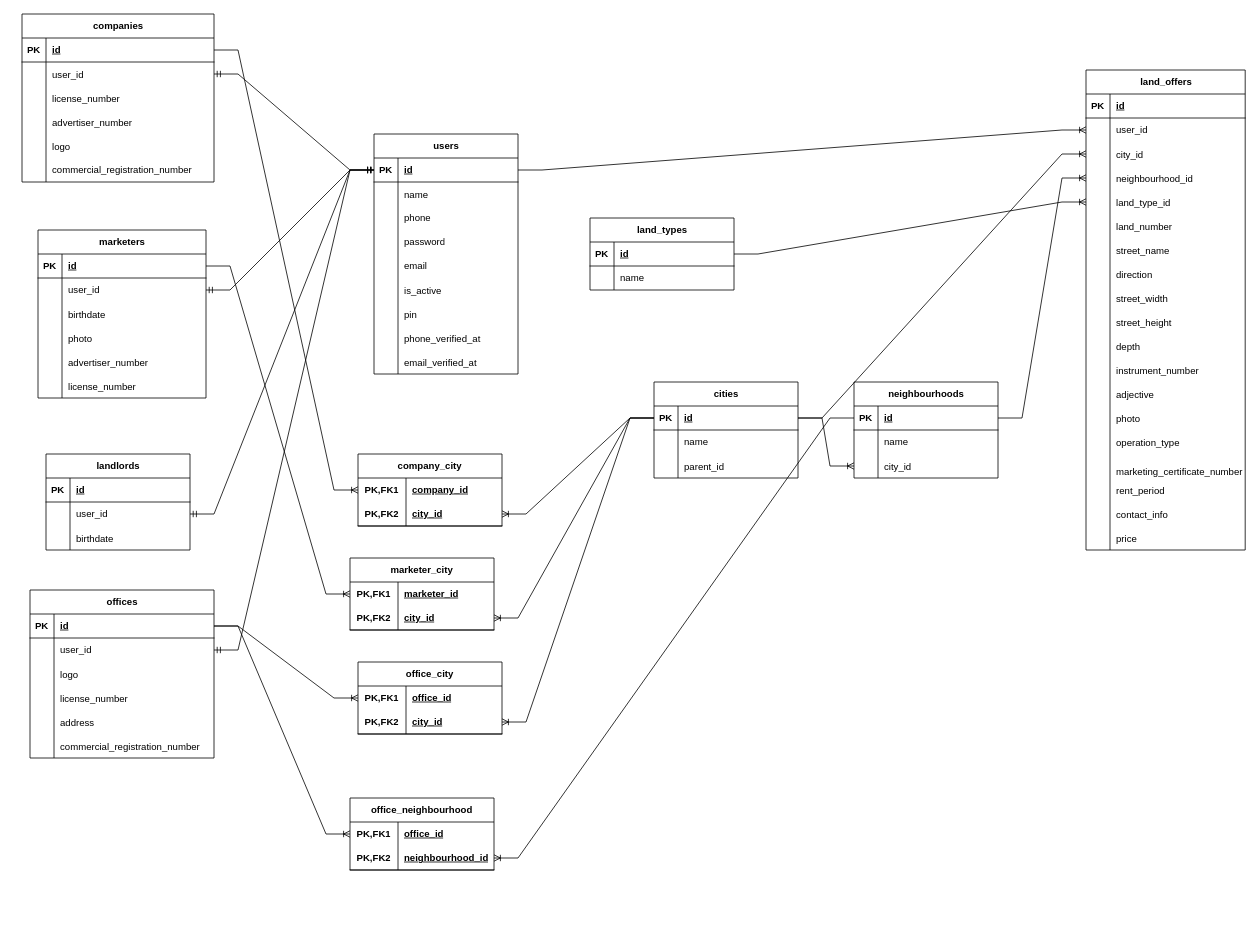
Before: estate.drawio in Mr-Monty999/jalal_estate, a draw.io diagram. Source tidied: cells renumbered, new cells numbered last; positions are measured from the earlier drawing's top-left corner, leaving out a move shared by most shapes. Both pictures are drawn from the tidied source at 80%, with x=0, y=0 at pixel (22, 14).
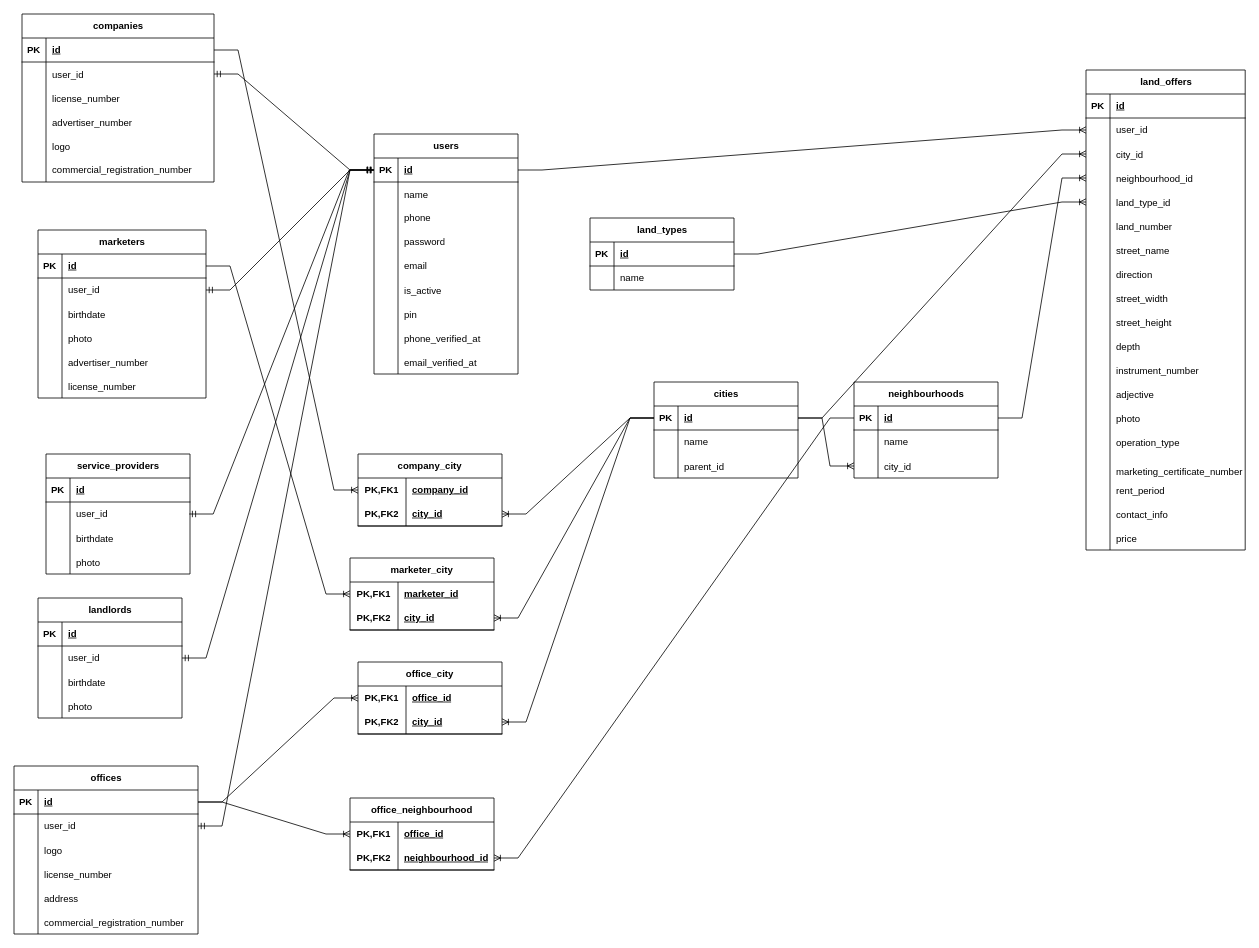
The same diagram, later.

Commit message (it also covers changes not shown here):
update dataase visual design

The change refers to these unchanged cells:
```xml
<mxCell id="3" style="shape=tableRow;horizontal=0;startSize=0;swimlaneHead=0;swimlaneBody=0;fillColor=none;points=[[0,0.5],[1,0.5]];portConstraint=eastwest;top=0;left=0;right=0;bottom=1;" parent="2" vertex="1">
  <mxGeometry y="30" width="180" height="30" as="geometry" />
</mxCell>
<mxCell id="74" style="shape=tableRow;horizontal=0;startSize=0;swimlaneHead=0;swimlaneBody=0;fillColor=none;points=[[0,0.5],[1,0.5]];portConstraint=eastwest;top=0;left=0;right=0;bottom=0;" parent="70" vertex="1">
  <mxGeometry y="60" width="180" height="30" as="geometry" />
</mxCell>
```

Change to the diagram source:
```diff
@@
-    <mxCell id="70" value="landlords" style="shape=table;startSize=30;childLayout=tableLayout;rowLines=0;fontStyle=1;align=center;html=1;" parent="1" vertex="1">
-      <mxGeometry x="30" y="550" width="180" height="120" as="geometry" />
+    <mxCell id="70" value="&lt;div&gt;service_providers&lt;/div&gt;" style="shape=table;startSize=30;childLayout=tableLayout;rowLines=0;fontStyle=1;align=center;html=1;" parent="1" vertex="1">
+      <mxGeometry x="30" y="550" width="180" height="150" as="geometry" />
     </mxCell>
@@
+    <mxCell id="227" style="shape=tableRow;horizontal=0;startSize=0;swimlaneHead=0;swimlaneBody=0;fillColor=none;top=0;left=0;right=0;bottom=0;" parent="70" vertex="1">
+      <mxGeometry y="120" width="180" height="30" as="geometry" />
+    </mxCell>
+    <mxCell id="228" style="shape=partialRectangle;fillColor=none;top=0;left=0;bottom=0;right=0;overflow=hidden;" parent="227" vertex="1">
+      <mxGeometry width="30" height="30" as="geometry" />
+    </mxCell>
+    <mxCell id="229" value="photo" style="shape=partialRectangle;fillColor=none;top=0;left=0;bottom=0;right=0;align=left;spacingLeft=6;overflow=hidden;" parent="227" vertex="1">
+      <mxGeometry x="30" width="150" height="30" as="geometry" />
+    </mxCell>
-    <mxCell id="80" style="edgeStyle=entityRelationEdgeStyle;fontSize=12;html=1;endArrow=ERmandOne;startArrow=ERmandOne;rounded=0;exitX=1;exitY=0.5;exitDx=0;exitDy=0;entryX=0;entryY=0.5;entryDx=0;entryDy=0;" parent="1" edge="1" source="74" target="3">
-      <mxGeometry relative="1" as="geometry" />
+    <mxCell id="80" style="edgeStyle=entityRelationEdgeStyle;fontSize=12;html=1;endArrow=ERmandOne;startArrow=ERmandOne;rounded=0;exitX=1;exitY=0.5;exitDx=0;exitDy=0;entryX=0;entryY=0.5;entryDx=0;entryDy=0;" parent="1" edge="1">
+      <mxGeometry relative="1" as="geometry">
+        <mxPoint x="209" y="625" as="sourcePoint" />
+        <mxPoint x="439" y="195" as="targetPoint" />
+      </mxGeometry>
     </mxCell>
     <mxCell id="81" value="offices" style="shape=table;startSize=30;childLayout=tableLayout;rowLines=0;fontStyle=1;align=center;html=1;" parent="1" vertex="1">
-      <mxGeometry x="10" y="720" width="230" height="210" as="geometry" />
+      <mxGeometry x="-10" y="940" width="230" height="210" as="geometry" />
     </mxCell>
@@
+    <mxCell id="230" value="landlords" style="shape=table;startSize=30;childLayout=tableLayout;rowLines=0;fontStyle=1;align=center;html=1;" parent="1" vertex="1">
+      <mxGeometry x="20" y="730" width="180" height="150" as="geometry" />
+    </mxCell>
+    <mxCell id="231" style="shape=tableRow;horizontal=0;startSize=0;swimlaneHead=0;swimlaneBody=0;fillColor=none;top=0;left=0;right=0;bottom=1;" parent="230" vertex="1">
+      <mxGeometry y="30" width="180" height="30" as="geometry" />
+    </mxCell>
+    <mxCell id="232" value="PK" style="shape=partialRectangle;fillColor=none;top=0;left=0;bottom=0;right=0;fontStyle=1;overflow=hidden;whiteSpace=wrap;html=1;" parent="231" vertex="1">
+      <mxGeometry width="30" height="30" as="geometry" />
+    </mxCell>
+    <mxCell id="233" value="id" style="shape=partialRectangle;fillColor=none;top=0;left=0;bottom=0;right=0;align=left;spacingLeft=6;fontStyle=5;overflow=hidden;whiteSpace=wrap;html=1;" parent="231" vertex="1">
+      <mxGeometry x="30" width="150" height="30" as="geometry" />
+    </mxCell>
+    <mxCell id="234" style="shape=tableRow;horizontal=0;startSize=0;swimlaneHead=0;swimlaneBody=0;fillColor=none;points=[[0,0.5],[1,0.5]];portConstraint=eastwest;top=0;left=0;right=0;bottom=0;" parent="230" vertex="1">
+      <mxGeometry y="60" width="180" height="30" as="geometry" />
+    </mxCell>
+    <mxCell id="235" style="shape=partialRectangle;fillColor=none;top=0;left=0;bottom=0;right=0;overflow=hidden;whiteSpace=wrap;html=1;" parent="234" vertex="1">
+      <mxGeometry width="30" height="30" as="geometry" />
+    </mxCell>
+    <mxCell id="236" value="user_id" style="shape=partialRectangle;fillColor=none;top=0;left=0;bottom=0;right=0;align=left;spacingLeft=6;overflow=hidden;whiteSpace=wrap;html=1;" parent="234" vertex="1">
+      <mxGeometry x="30" width="150" height="30" as="geometry" />
+    </mxCell>
+    <mxCell id="237" style="shape=tableRow;horizontal=0;startSize=0;swimlaneHead=0;swimlaneBody=0;fillColor=none;top=0;left=0;right=0;bottom=0;" parent="230" vertex="1">
+      <mxGeometry y="90" width="180" height="30" as="geometry" />
+    </mxCell>
+    <mxCell id="238" style="shape=partialRectangle;fillColor=none;top=0;left=0;bottom=0;right=0;overflow=hidden;" parent="237" vertex="1">
+      <mxGeometry width="30" height="30" as="geometry" />
+    </mxCell>
+    <mxCell id="239" value="birthdate" style="shape=partialRectangle;fillColor=none;top=0;left=0;bottom=0;right=0;align=left;spacingLeft=6;overflow=hidden;" parent="237" vertex="1">
+      <mxGeometry x="30" width="150" height="30" as="geometry" />
+    </mxCell>
+    <mxCell id="240" style="shape=tableRow;horizontal=0;startSize=0;swimlaneHead=0;swimlaneBody=0;fillColor=none;top=0;left=0;right=0;bottom=0;" parent="230" vertex="1">
+      <mxGeometry y="120" width="180" height="30" as="geometry" />
+    </mxCell>
+    <mxCell id="241" style="shape=partialRectangle;fillColor=none;top=0;left=0;bottom=0;right=0;overflow=hidden;" parent="240" vertex="1">
+      <mxGeometry width="30" height="30" as="geometry" />
+    </mxCell>
+    <mxCell id="242" value="photo" style="shape=partialRectangle;fillColor=none;top=0;left=0;bottom=0;right=0;align=left;spacingLeft=6;overflow=hidden;" parent="240" vertex="1">
+      <mxGeometry x="30" width="150" height="30" as="geometry" />
+    </mxCell>
+    <mxCell id="243" style="edgeStyle=entityRelationEdgeStyle;fontSize=12;html=1;endArrow=ERmandOne;startArrow=ERmandOne;rounded=0;exitX=1;exitY=0.5;exitDx=0;exitDy=0;entryX=0;entryY=0.5;entryDx=0;entryDy=0;" parent="1" edge="1" source="234" target="3">
+      <mxGeometry relative="1" as="geometry" />
+    </mxCell>
```
